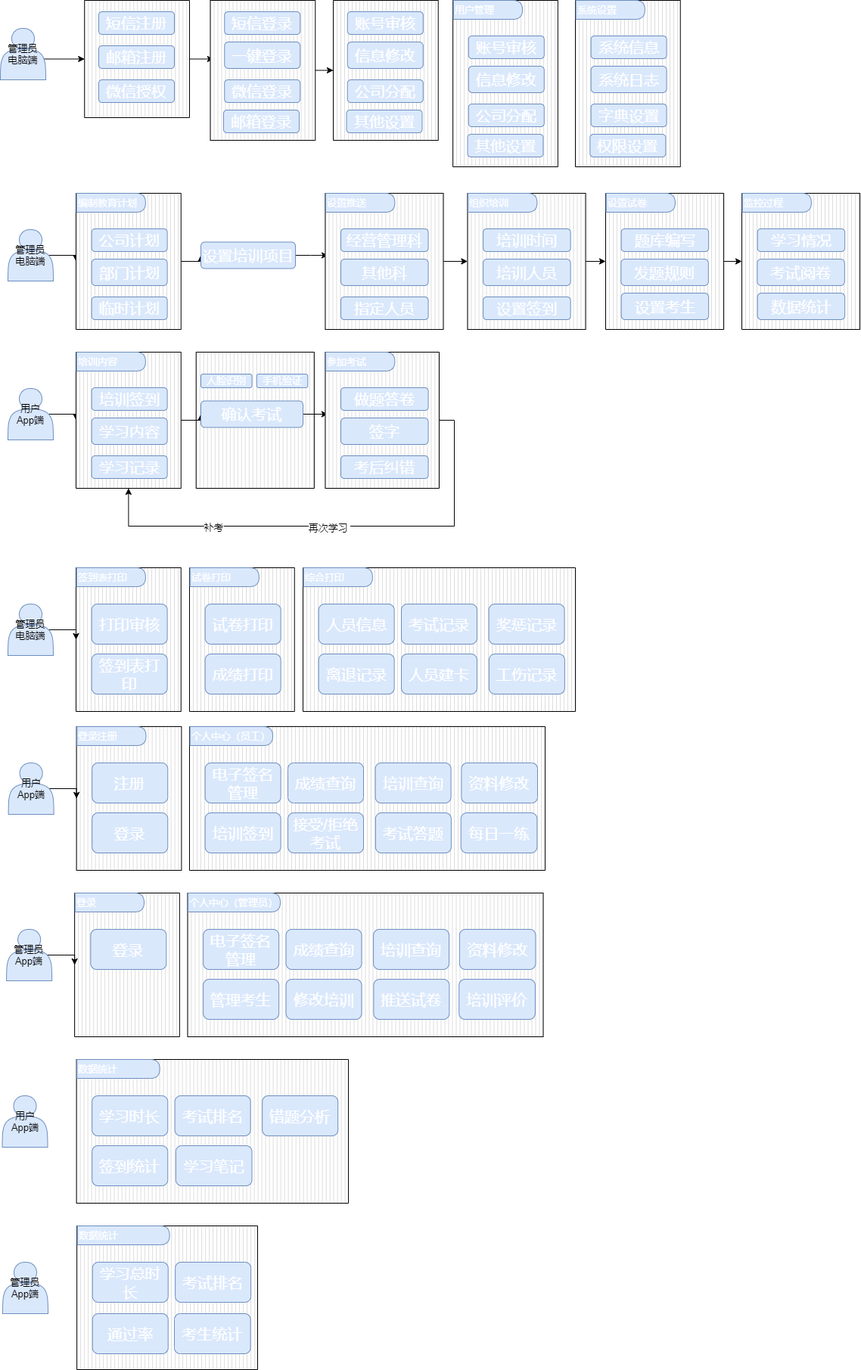
Earlier version of the draw.io export Untitled Diagram.drawio.png (lenonjone/Toolkits). Source tidied: cells renumbered, new cells last; positions are measured from the earlier drawing's top-left corner, leaving out a move shared by most shapes.
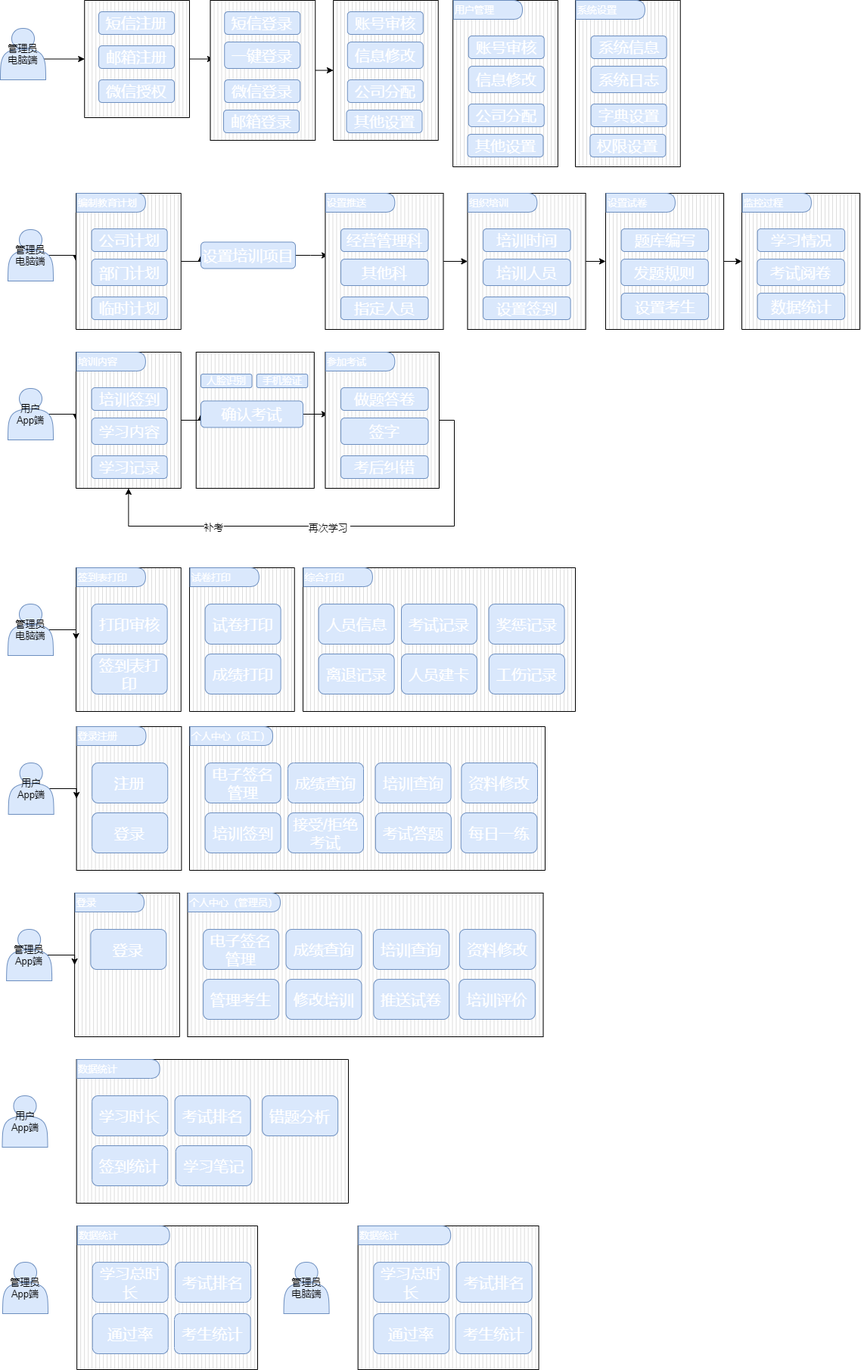
The same diagram one commit later.

Diff of the diagram source:
```diff
@@ -454,5 +454,26 @@
     <mxCell id="149" value="考生统计" style="rounded=1;whiteSpace=wrap;html=1;fillColor=#dae8fc;strokeColor=#6c8ebf;fontColor=#FFFFFF;fontStyle=0;fontSize=20;" parent="1" vertex="1">
       <mxGeometry x="230" y="1736" width="100.6" height="53" as="geometry" />
     </mxCell>
+    <mxCell id="150" value="管理员&lt;br&gt;电脑端" style="shape=actor;whiteSpace=wrap;html=1;fontSize=13;fillColor=#dae8fc;strokeColor=#6c8ebf;" parent="1" vertex="1">
+      <mxGeometry x="374.6" y="1668" width="60" height="68" as="geometry" />
+    </mxCell>
+    <mxCell id="151" style="verticalLabelPosition=bottom;verticalAlign=top;html=1;shape=mxgraph.basic.patternFillRect;fillStyle=vert;step=5;fillStrokeWidth=0.2;fillStrokeColor=#dddddd;fontSize=13;fontColor=#FFFFFF;" parent="1" vertex="1">
+      <mxGeometry x="472.7" y="1620" width="238.9" height="190" as="geometry" />
+    </mxCell>
+    <mxCell id="152" value="学习总时长" style="rounded=1;whiteSpace=wrap;html=1;fillColor=#dae8fc;strokeColor=#6c8ebf;fontColor=#FFFFFF;fontStyle=0;fontSize=20;" parent="1" vertex="1">
+      <mxGeometry x="493.3" y="1668" width="100" height="53" as="geometry" />
+    </mxCell>
+    <mxCell id="153" value="数据统计" style="shape=delay;whiteSpace=wrap;html=1;fontSize=13;align=left;fillColor=#dae8fc;strokeColor=#6c8ebf;fontColor=#FFFFFF;" parent="1" vertex="1">
+      <mxGeometry x="473.3" y="1620" width="121.9" height="25" as="geometry" />
+    </mxCell>
+    <mxCell id="154" value="考试排名" style="rounded=1;whiteSpace=wrap;html=1;fillColor=#dae8fc;strokeColor=#6c8ebf;fontColor=#FFFFFF;fontStyle=0;fontSize=20;" parent="1" vertex="1">
+      <mxGeometry x="602.7" y="1668" width="100" height="53" as="geometry" />
+    </mxCell>
+    <mxCell id="155" value="通过率" style="rounded=1;whiteSpace=wrap;html=1;fillColor=#dae8fc;strokeColor=#6c8ebf;fontColor=#FFFFFF;fontStyle=0;fontSize=20;" parent="1" vertex="1">
+      <mxGeometry x="493.3" y="1736" width="100" height="53" as="geometry" />
+    </mxCell>
+    <mxCell id="156" value="考生统计" style="rounded=1;whiteSpace=wrap;html=1;fillColor=#dae8fc;strokeColor=#6c8ebf;fontColor=#FFFFFF;fontStyle=0;fontSize=20;" parent="1" vertex="1">
+      <mxGeometry x="601.5" y="1736" width="100.6" height="53" as="geometry" />
+    </mxCell>
   </root>
 </mxGraphModel>
```
